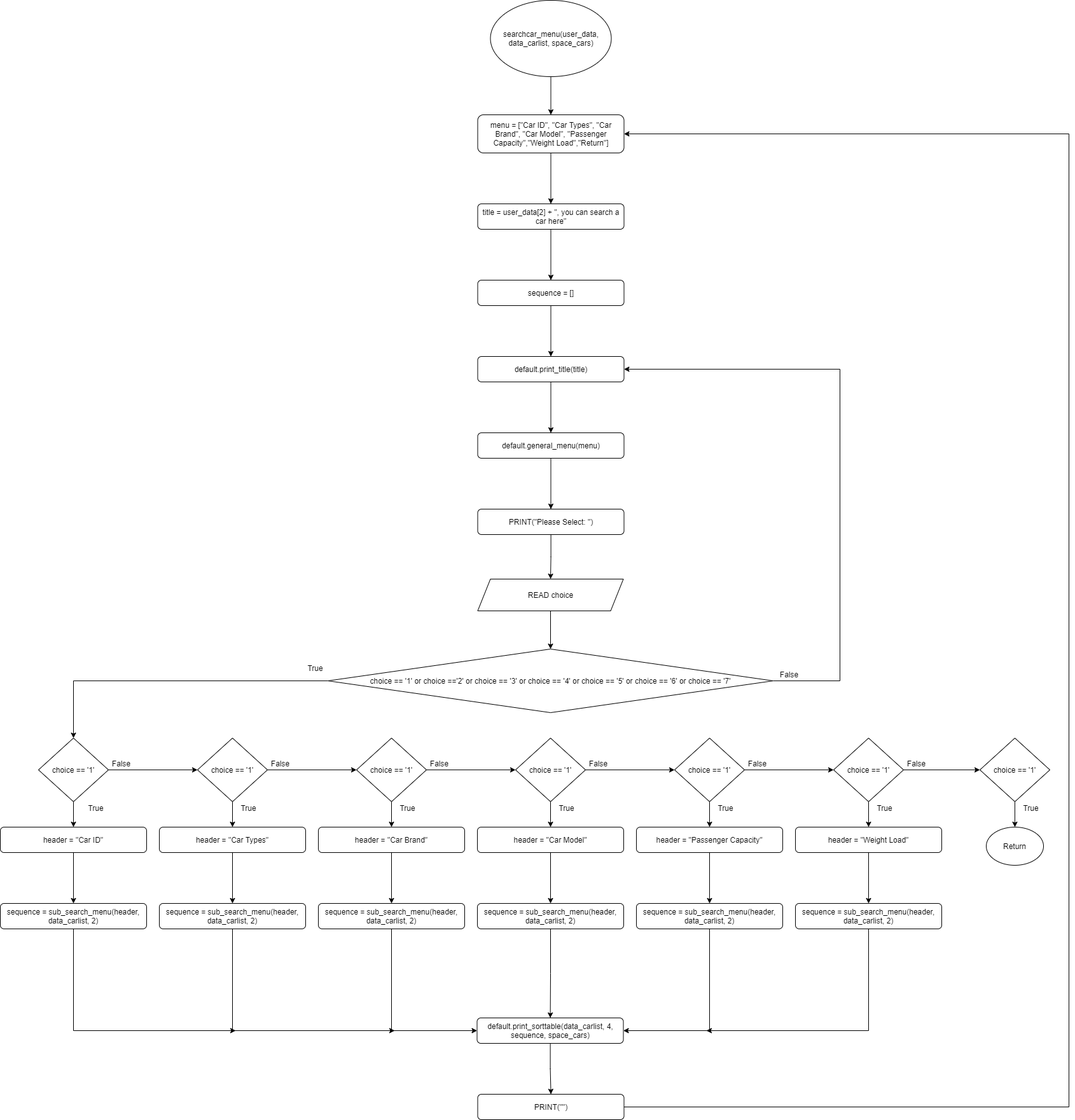
This is Flowchart/clients/searchcar_menu.png from RabbitBear00/Car-Rental-System, a draw.io export, as it was before one commit. Source tidied: cells renumbered, new cells last; positions are measured from the earlier drawing's top-left corner, leaving out a move shared by most shapes.
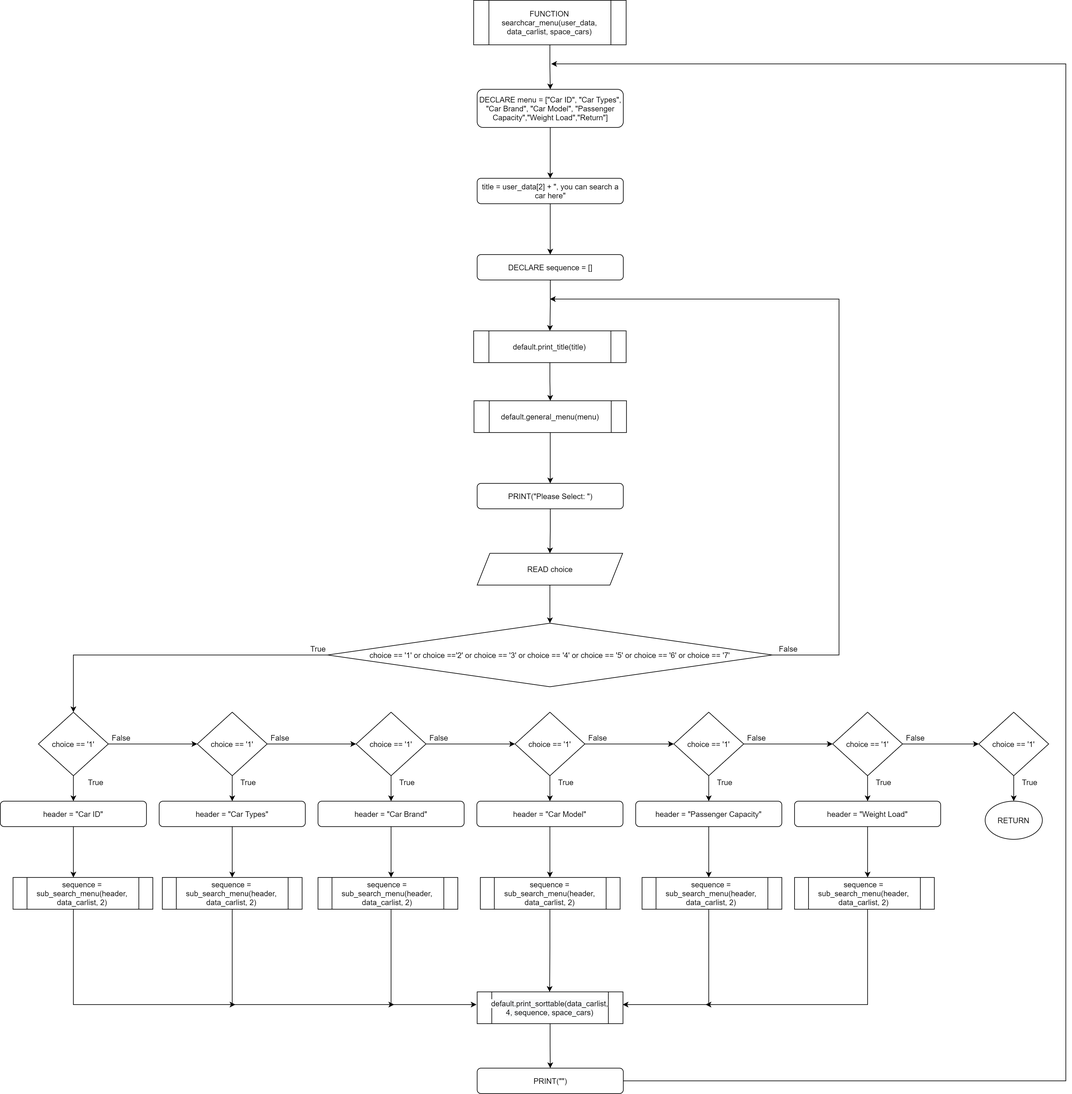
The same diagram one commit later.

Change to the diagram source:
```diff
@@ -2,16 +2,10 @@
   <root>
     <mxCell id="0" />
     <mxCell id="1" parent="0" />
-    <mxCell id="2" style="edgeStyle=orthogonalEdgeStyle;rounded=0;jettySize=auto;html=1;" parent="1" edge="1" source="3" target="5">
-      <mxGeometry relative="1" as="geometry" />
-    </mxCell>
-    <mxCell id="3" value="searchcar_menu(user_data, data_carlist, space_cars)" style="ellipse;whiteSpace=wrap;html=1;" parent="1" vertex="1">
-      <mxGeometry x="770.5" width="190" height="120" as="geometry" />
-    </mxCell>
     <mxCell id="4" style="edgeStyle=orthogonalEdgeStyle;rounded=0;jettySize=auto;html=1;" parent="1" edge="1" source="5" target="7">
       <mxGeometry relative="1" as="geometry" />
     </mxCell>
-    <mxCell id="5" value="menu = [&quot;Car ID&quot;, &quot;Car Types&quot;, &quot;Car Brand&quot;, &quot;Car Model&quot;, &quot;Passenger Capacity&quot;,&quot;Weight Load&quot;,&quot;Return&quot;]" style="rounded=1;whiteSpace=wrap;html=1;" parent="1" vertex="1">
+    <mxCell id="5" value="DECLARE menu = [&quot;Car ID&quot;, &quot;Car Types&quot;, &quot;Car Brand&quot;, &quot;Car Model&quot;, &quot;Passenger Capacity&quot;,&quot;Weight Load&quot;,&quot;Return&quot;]" style="rounded=1;whiteSpace=wrap;html=1;" parent="1" vertex="1">
       <mxGeometry x="750.5" y="180" width="230" height="60" as="geometry" />
     </mxCell>
     <mxCell id="6" style="edgeStyle=orthogonalEdgeStyle;rounded=0;jettySize=auto;html=1;" parent="1" edge="1" source="7" target="9">
@@ -20,24 +14,12 @@
     <mxCell id="7" value="title = user_data[2] + &quot;, you can search a car here&quot;" style="rounded=1;whiteSpace=wrap;html=1;" parent="1" vertex="1">
       <mxGeometry x="750.5" y="320" width="230" height="40" as="geometry" />
     </mxCell>
-    <mxCell id="8" style="edgeStyle=orthogonalEdgeStyle;rounded=0;jettySize=auto;html=1;" parent="1" edge="1" source="9" target="11">
+    <mxCell id="8" style="edgeStyle=orthogonalEdgeStyle;rounded=0;jettySize=auto;html=1;endArrow=classic;endFill=1;" parent="1" edge="1" source="9" target="11">
       <mxGeometry relative="1" as="geometry" />
     </mxCell>
-    <mxCell id="9" value="sequence = []" style="rounded=1;whiteSpace=wrap;html=1;" parent="1" vertex="1">
+    <mxCell id="9" value="DECLARE sequence = []" style="rounded=1;whiteSpace=wrap;html=1;" parent="1" vertex="1">
       <mxGeometry x="750.5" y="440" width="230" height="40" as="geometry" />
     </mxCell>
-    <mxCell id="10" style="edgeStyle=orthogonalEdgeStyle;rounded=0;jettySize=auto;html=1;" parent="1" edge="1" source="11" target="13">
-      <mxGeometry relative="1" as="geometry" />
-    </mxCell>
-    <mxCell id="11" value="default.print_title(title)" style="rounded=1;whiteSpace=wrap;html=1;" parent="1" vertex="1">
-      <mxGeometry x="750.5" y="560" width="230" height="40" as="geometry" />
-    </mxCell>
-    <mxCell id="12" style="edgeStyle=orthogonalEdgeStyle;rounded=0;jettySize=auto;html=1;" parent="1" edge="1" source="13" target="15">
-      <mxGeometry relative="1" as="geometry" />
-    </mxCell>
-    <mxCell id="13" value="default.general_menu(menu)" style="rounded=1;whiteSpace=wrap;html=1;" parent="1" vertex="1">
-      <mxGeometry x="750.5" y="680" width="230" height="40" as="geometry" />
-    </mxCell>
     <mxCell id="14" style="edgeStyle=orthogonalEdgeStyle;rounded=0;jettySize=auto;html=1;" parent="1" edge="1" source="15" target="17">
       <mxGeometry relative="1" as="geometry" />
     </mxCell>
@@ -53,11 +35,12 @@
     <mxCell id="18" style="edgeStyle=orthogonalEdgeStyle;rounded=0;jettySize=auto;html=1;entryX=0.5;entryY=0;entryDx=0;entryDy=0;" parent="1" edge="1" source="20" target="36">
       <mxGeometry relative="1" as="geometry" />
     </mxCell>
-    <mxCell id="19" style="edgeStyle=orthogonalEdgeStyle;rounded=0;jettySize=auto;html=1;entryX=1;entryY=0.5;entryDx=0;entryDy=0;" parent="1" edge="1" source="20" target="11">
+    <mxCell id="19" style="edgeStyle=orthogonalEdgeStyle;rounded=0;jettySize=auto;html=1;" parent="1" edge="1" source="20">
       <mxGeometry relative="1" as="geometry">
+        <mxPoint x="865" y="510" as="targetPoint" />
         <Array as="points">
           <mxPoint x="1320" y="1070" />
-          <mxPoint x="1320" y="580" />
+          <mxPoint x="1320" y="510" />
         </Array>
       </mxGeometry>
     </mxCell>
@@ -73,8 +56,10 @@
     <mxCell id="23" value="choice == '1'" style="rhombus;whiteSpace=wrap;html=1;" parent="1" vertex="1">
       <mxGeometry x="810" y="1160" width="110" height="100" as="geometry" />
     </mxCell>
-    <mxCell id="24" style="edgeStyle=orthogonalEdgeStyle;rounded=0;jettySize=auto;html=1;" parent="1" edge="1" source="25" target="55">
-      <mxGeometry relative="1" as="geometry" />
+    <mxCell id="24" style="edgeStyle=orthogonalEdgeStyle;rounded=0;jettySize=auto;html=1;" parent="1" edge="1" source="25">
+      <mxGeometry relative="1" as="geometry">
+        <mxPoint x="115" y="1420" as="targetPoint" />
+      </mxGeometry>
     </mxCell>
     <mxCell id="25" value="header = &quot;Car ID&quot;" style="rounded=1;whiteSpace=wrap;html=1;" parent="1" vertex="1">
       <mxGeometry y="1300" width="230" height="40" as="geometry" />
@@ -130,41 +115,52 @@
     <mxCell id="42" value="choice == '1'" style="rhombus;whiteSpace=wrap;html=1;" parent="1" vertex="1">
       <mxGeometry x="560" y="1160" width="110" height="100" as="geometry" />
     </mxCell>
-    <mxCell id="43" style="edgeStyle=orthogonalEdgeStyle;rounded=0;jettySize=auto;html=1;" parent="1" edge="1" source="44" target="57">
-      <mxGeometry relative="1" as="geometry" />
+    <mxCell id="43" style="edgeStyle=orthogonalEdgeStyle;rounded=0;jettySize=auto;html=1;" parent="1" edge="1" source="44">
+      <mxGeometry relative="1" as="geometry">
+        <mxPoint x="365" y="1420" as="targetPoint" />
+      </mxGeometry>
     </mxCell>
     <mxCell id="44" value="header = &quot;Car Types&quot;" style="rounded=1;whiteSpace=wrap;html=1;" parent="1" vertex="1">
       <mxGeometry x="250" y="1300" width="230" height="40" as="geometry" />
     </mxCell>
-    <mxCell id="45" style="edgeStyle=orthogonalEdgeStyle;rounded=0;jettySize=auto;html=1;" parent="1" edge="1" source="46" target="59">
-      <mxGeometry relative="1" as="geometry" />
+    <mxCell id="45" style="edgeStyle=orthogonalEdgeStyle;rounded=0;jettySize=auto;html=1;" parent="1" edge="1" source="46">
+      <mxGeometry relative="1" as="geometry">
+        <mxPoint x="615" y="1420" as="targetPoint" />
+      </mxGeometry>
     </mxCell>
     <mxCell id="46" value="header = &quot;Car Brand&quot;" style="rounded=1;whiteSpace=wrap;html=1;" parent="1" vertex="1">
       <mxGeometry x="500" y="1300" width="230" height="40" as="geometry" />
     </mxCell>
-    <mxCell id="47" style="edgeStyle=orthogonalEdgeStyle;rounded=0;jettySize=auto;html=1;" parent="1" edge="1" source="48" target="61">
-      <mxGeometry relative="1" as="geometry" />
+    <mxCell id="47" style="edgeStyle=orthogonalEdgeStyle;rounded=0;jettySize=auto;html=1;" parent="1" edge="1" source="48">
+      <mxGeometry relative="1" as="geometry">
+        <mxPoint x="865" y="1420" as="targetPoint" />
+      </mxGeometry>
     </mxCell>
     <mxCell id="48" value="header = &quot;Car Model&quot;" style="rounded=1;whiteSpace=wrap;html=1;" parent="1" vertex="1">
       <mxGeometry x="750" y="1300" width="230" height="40" as="geometry" />
     </mxCell>
-    <mxCell id="49" style="edgeStyle=orthogonalEdgeStyle;rounded=0;jettySize=auto;html=1;" parent="1" edge="1" source="50" target="63">
-      <mxGeometry relative="1" as="geometry" />
+    <mxCell id="49" style="edgeStyle=orthogonalEdgeStyle;rounded=0;jettySize=auto;html=1;" parent="1" edge="1" source="50">
+      <mxGeometry relative="1" as="geometry">
+        <mxPoint x="1115" y="1420" as="targetPoint" />
+      </mxGeometry>
     </mxCell>
     <mxCell id="50" value="header = &quot;Passenger Capacity&quot;" style="rounded=1;whiteSpace=wrap;html=1;" parent="1" vertex="1">
       <mxGeometry x="1000" y="1300" width="230" height="40" as="geometry" />
     </mxCell>
-    <mxCell id="51" style="edgeStyle=orthogonalEdgeStyle;rounded=0;jettySize=auto;html=1;" parent="1" edge="1" source="52" target="65">
-      <mxGeometry relative="1" as="geometry" />
+    <mxCell id="51" style="edgeStyle=orthogonalEdgeStyle;rounded=0;jettySize=auto;html=1;" parent="1" edge="1" source="52">
+      <mxGeometry relative="1" as="geometry">
+        <mxPoint x="1365" y="1420" as="targetPoint" />
+      </mxGeometry>
     </mxCell>
     <mxCell id="52" value="header = &quot;Weight Load&quot;" style="rounded=1;whiteSpace=wrap;html=1;" parent="1" vertex="1">
       <mxGeometry x="1250" y="1300" width="230" height="40" as="geometry" />
     </mxCell>
-    <mxCell id="53" value="Return" style="ellipse;whiteSpace=wrap;html=1;" parent="1" vertex="1">
+    <mxCell id="53" value="RETURN" style="ellipse;whiteSpace=wrap;html=1;" parent="1" vertex="1">
       <mxGeometry x="1550" y="1300" width="90" height="60" as="geometry" />
     </mxCell>
-    <mxCell id="54" style="edgeStyle=orthogonalEdgeStyle;rounded=0;jettySize=auto;html=1;" parent="1" edge="1" source="55">
+    <mxCell id="54" style="edgeStyle=orthogonalEdgeStyle;rounded=0;orthogonalLoop=1;jettySize=auto;html=1;" parent="1" edge="1">
       <mxGeometry relative="1" as="geometry">
+        <mxPoint x="115" y="1460" as="sourcePoint" />
         <mxPoint x="370" y="1620" as="targetPoint" />
         <Array as="points">
           <mxPoint x="115" y="1620" />
@@ -172,68 +168,59 @@
         </Array>
       </mxGeometry>
     </mxCell>
-    <mxCell id="55" value="sequence = sub_search_menu(header, data_carlist, 2)" style="rounded=1;whiteSpace=wrap;html=1;" parent="1" vertex="1">
-      <mxGeometry y="1420" width="230" height="40" as="geometry" />
-    </mxCell>
-    <mxCell id="56" style="edgeStyle=orthogonalEdgeStyle;rounded=0;jettySize=auto;html=1;" parent="1" edge="1" source="57">
+    <mxCell id="56" style="edgeStyle=orthogonalEdgeStyle;rounded=0;orthogonalLoop=1;jettySize=auto;html=1;" parent="1" edge="1">
       <mxGeometry relative="1" as="geometry">
+        <mxPoint x="365" y="1460" as="sourcePoint" />
         <mxPoint x="620" y="1620" as="targetPoint" />
         <Array as="points">
           <mxPoint x="365" y="1620" />
         </Array>
       </mxGeometry>
     </mxCell>
-    <mxCell id="57" value="sequence = sub_search_menu(header, data_carlist, 2)" style="rounded=1;whiteSpace=wrap;html=1;" parent="1" vertex="1">
-      <mxGeometry x="250" y="1420" width="230" height="40" as="geometry" />
-    </mxCell>
-    <mxCell id="58" style="edgeStyle=orthogonalEdgeStyle;rounded=0;jettySize=auto;html=1;entryX=0;entryY=0.5;entryDx=0;entryDy=0;" parent="1" edge="1" source="59" target="67">
+    <mxCell id="58" style="edgeStyle=orthogonalEdgeStyle;rounded=0;orthogonalLoop=1;jettySize=auto;html=1;entryX=0;entryY=0.5;entryDx=0;entryDy=0;" parent="1" edge="1">
       <mxGeometry relative="1" as="geometry">
+        <mxPoint x="615" y="1460" as="sourcePoint" />
+        <mxPoint x="749.5" y="1620" as="targetPoint" />
         <Array as="points">
           <mxPoint x="615" y="1620" />
         </Array>
       </mxGeometry>
     </mxCell>
-    <mxCell id="59" value="sequence = sub_search_menu(header, data_carlist, 2)" style="rounded=1;whiteSpace=wrap;html=1;" parent="1" vertex="1">
-      <mxGeometry x="500" y="1420" width="230" height="40" as="geometry" />
-    </mxCell>
-    <mxCell id="60" style="edgeStyle=orthogonalEdgeStyle;rounded=0;jettySize=auto;html=1;" parent="1" edge="1" source="61" target="67">
-      <mxGeometry relative="1" as="geometry" />
+    <mxCell id="60" style="edgeStyle=orthogonalEdgeStyle;rounded=0;orthogonalLoop=1;jettySize=auto;html=1;" parent="1" edge="1">
+      <mxGeometry relative="1" as="geometry">
+        <mxPoint x="865" y="1460" as="sourcePoint" />
+        <mxPoint x="864.5" y="1600" as="targetPoint" />
+        <Array as="points">
+          <mxPoint x="865" y="1530" />
+        </Array>
+      </mxGeometry>
     </mxCell>
-    <mxCell id="61" value="sequence = sub_search_menu(header, data_carlist, 2)" style="rounded=1;whiteSpace=wrap;html=1;" parent="1" vertex="1">
-      <mxGeometry x="750" y="1420" width="230" height="40" as="geometry" />
-    </mxCell>
-    <mxCell id="62" style="edgeStyle=orthogonalEdgeStyle;rounded=0;jettySize=auto;html=1;entryX=1;entryY=0.5;entryDx=0;entryDy=0;" parent="1" edge="1" source="63" target="67">
+    <mxCell id="62" style="edgeStyle=orthogonalEdgeStyle;rounded=0;orthogonalLoop=1;jettySize=auto;html=1;entryX=1;entryY=0.5;entryDx=0;entryDy=0;" parent="1" edge="1">
       <mxGeometry relative="1" as="geometry">
+        <mxPoint x="1115" y="1460" as="sourcePoint" />
+        <mxPoint x="979.5" y="1620" as="targetPoint" />
         <Array as="points">
           <mxPoint x="1115" y="1620" />
         </Array>
       </mxGeometry>
     </mxCell>
-    <mxCell id="63" value="sequence = sub_search_menu(header, data_carlist, 2)" style="rounded=1;whiteSpace=wrap;html=1;" parent="1" vertex="1">
-      <mxGeometry x="1000" y="1420" width="230" height="40" as="geometry" />
-    </mxCell>
-    <mxCell id="64" style="edgeStyle=orthogonalEdgeStyle;rounded=0;jettySize=auto;html=1;" parent="1" edge="1" source="65">
+    <mxCell id="64" style="edgeStyle=orthogonalEdgeStyle;rounded=0;orthogonalLoop=1;jettySize=auto;html=1;" parent="1" edge="1">
       <mxGeometry relative="1" as="geometry">
+        <mxPoint x="1365" y="1460" as="sourcePoint" />
         <mxPoint x="1110" y="1620" as="targetPoint" />
         <Array as="points">
           <mxPoint x="1365" y="1620" />
         </Array>
       </mxGeometry>
     </mxCell>
-    <mxCell id="65" value="sequence = sub_search_menu(header, data_carlist, 2)" style="rounded=1;whiteSpace=wrap;html=1;" parent="1" vertex="1">
-      <mxGeometry x="1250" y="1420" width="230" height="40" as="geometry" />
-    </mxCell>
-    <mxCell id="66" style="edgeStyle=orthogonalEdgeStyle;rounded=0;jettySize=auto;html=1;" parent="1" edge="1" source="67" target="69">
-      <mxGeometry relative="1" as="geometry" />
-    </mxCell>
-    <mxCell id="67" value="default.print_sorttable(data_carlist, 4, sequence, space_cars)" style="rounded=1;whiteSpace=wrap;html=1;" parent="1" vertex="1">
-      <mxGeometry x="749.5" y="1600" width="230" height="40" as="geometry" />
-    </mxCell>
-    <mxCell id="68" style="edgeStyle=orthogonalEdgeStyle;rounded=0;jettySize=auto;html=1;entryX=1;entryY=0.5;entryDx=0;entryDy=0;" parent="1" edge="1" source="69" target="5">
+    <mxCell id="68" style="edgeStyle=orthogonalEdgeStyle;rounded=0;orthogonalLoop=1;jettySize=auto;html=1;" parent="1" edge="1">
       <mxGeometry relative="1" as="geometry">
+        <mxPoint x="977.5" y="1740" as="sourcePoint" />
+        <mxPoint x="867" y="140" as="targetPoint" />
         <Array as="points">
-          <mxPoint x="1680" y="1740" />
-          <mxPoint x="1680" y="210" />
+          <mxPoint x="1677" y="1740" />
+          <mxPoint x="1677" y="140" />
+          <mxPoint x="978" y="140" />
         </Array>
       </mxGeometry>
     </mxCell>
@@ -241,7 +228,7 @@
       <mxGeometry x="750.5" y="1720" width="230" height="40" as="geometry" />
     </mxCell>
     <mxCell id="70" value="True" style="text;html=1;align=center;verticalAlign=middle;strokeColor=none;" parent="1" vertex="1">
-      <mxGeometry x="475" y="1040" width="40" height="20" as="geometry" />
+      <mxGeometry x="480" y="1050" width="40" height="20" as="geometry" />
     </mxCell>
     <mxCell id="71" value="True" style="text;html=1;align=center;verticalAlign=middle;strokeColor=none;" parent="1" vertex="1">
       <mxGeometry x="130" y="1260" width="40" height="20" as="geometry" />
@@ -285,5 +272,47 @@
     <mxCell id="84" value="False" style="text;html=1;align=center;verticalAlign=middle;strokeColor=none;" parent="1" vertex="1">
       <mxGeometry x="1420" y="1190" width="40" height="20" as="geometry" />
     </mxCell>
+    <mxCell id="85" style="edgeStyle=orthogonalEdgeStyle;rounded=0;jettySize=auto;html=1;endArrow=classic;endFill=1;" parent="1" edge="1" source="86" target="5">
+      <mxGeometry relative="1" as="geometry" />
+    </mxCell>
+    <mxCell id="86" value="FUNCTION searchcar_menu(user_data, data_carlist, space_cars)" style="shape=process;whiteSpace=wrap;html=1;backgroundOutline=1;" parent="1" vertex="1">
+      <mxGeometry x="745" y="40" width="240" height="70" as="geometry" />
+    </mxCell>
+    <mxCell id="10" style="edgeStyle=orthogonalEdgeStyle;rounded=0;jettySize=auto;html=1;endArrow=classic;endFill=1;" parent="1" edge="1" source="11" target="13">
+      <mxGeometry relative="1" as="geometry" />
+    </mxCell>
+    <mxCell id="11" value="default.print_title(title)" style="shape=process;whiteSpace=wrap;html=1;backgroundOutline=1;" parent="1" vertex="1">
+      <mxGeometry x="745" y="560" width="240" height="50" as="geometry" />
+    </mxCell>
+    <mxCell id="12" style="edgeStyle=orthogonalEdgeStyle;rounded=0;jettySize=auto;html=1;endArrow=classic;endFill=1;" parent="1" edge="1" source="13" target="15">
+      <mxGeometry relative="1" as="geometry" />
+    </mxCell>
+    <mxCell id="13" value="default.general_menu(menu)" style="shape=process;whiteSpace=wrap;html=1;backgroundOutline=1;" parent="1" vertex="1">
+      <mxGeometry x="745.5" y="670" width="240" height="50" as="geometry" />
+    </mxCell>
+    <mxCell id="87" value="sequence = sub_search_menu(header, data_carlist, 2)" style="shape=process;whiteSpace=wrap;html=1;backgroundOutline=1;" parent="1" vertex="1">
+      <mxGeometry x="1010" y="1420" width="220" height="50" as="geometry" />
+    </mxCell>
+    <mxCell id="88" value="sequence = sub_search_menu(header, data_carlist, 2)" style="shape=process;whiteSpace=wrap;html=1;backgroundOutline=1;" parent="1" vertex="1">
+      <mxGeometry x="1250" y="1420" width="220" height="50" as="geometry" />
+    </mxCell>
+    <mxCell id="89" value="sequence = sub_search_menu(header, data_carlist, 2)" style="shape=process;whiteSpace=wrap;html=1;backgroundOutline=1;" parent="1" vertex="1">
+      <mxGeometry x="755.5" y="1420" width="220" height="50" as="geometry" />
+    </mxCell>
+    <mxCell id="90" value="sequence = sub_search_menu(header, data_carlist, 2)" style="shape=process;whiteSpace=wrap;html=1;backgroundOutline=1;" parent="1" vertex="1">
+      <mxGeometry x="500" y="1420" width="220" height="50" as="geometry" />
+    </mxCell>
+    <mxCell id="91" value="sequence = sub_search_menu(header, data_carlist, 2)" style="shape=process;whiteSpace=wrap;html=1;backgroundOutline=1;" parent="1" vertex="1">
+      <mxGeometry x="255" y="1420" width="220" height="50" as="geometry" />
+    </mxCell>
+    <mxCell id="92" value="sequence = sub_search_menu(header, data_carlist, 2)" style="shape=process;whiteSpace=wrap;html=1;backgroundOutline=1;" parent="1" vertex="1">
+      <mxGeometry x="20" y="1420" width="220" height="50" as="geometry" />
+    </mxCell>
+    <mxCell id="66" style="edgeStyle=orthogonalEdgeStyle;rounded=0;jettySize=auto;html=1;endArrow=classic;endFill=1;" parent="1" edge="1" source="67" target="69">
+      <mxGeometry relative="1" as="geometry" />
+    </mxCell>
+    <mxCell id="67" value="&#10;&#10;&lt;span style=&quot;color: rgb(0, 0, 0); font-family: helvetica; font-size: 12px; font-style: normal; font-weight: 400; letter-spacing: normal; text-align: center; text-indent: 0px; text-transform: none; word-spacing: 0px; background-color: rgb(248, 249, 250); display: inline; float: none;&quot;&gt;default.print_sorttable(data_carlist, 4, sequence, space_cars)&lt;/span&gt;&#10;&#10;" style="shape=process;whiteSpace=wrap;html=1;backgroundOutline=1;" parent="1" vertex="1">
+      <mxGeometry x="750.5" y="1600" width="229.5" height="50" as="geometry" />
+    </mxCell>
   </root>
 </mxGraphModel>
```
